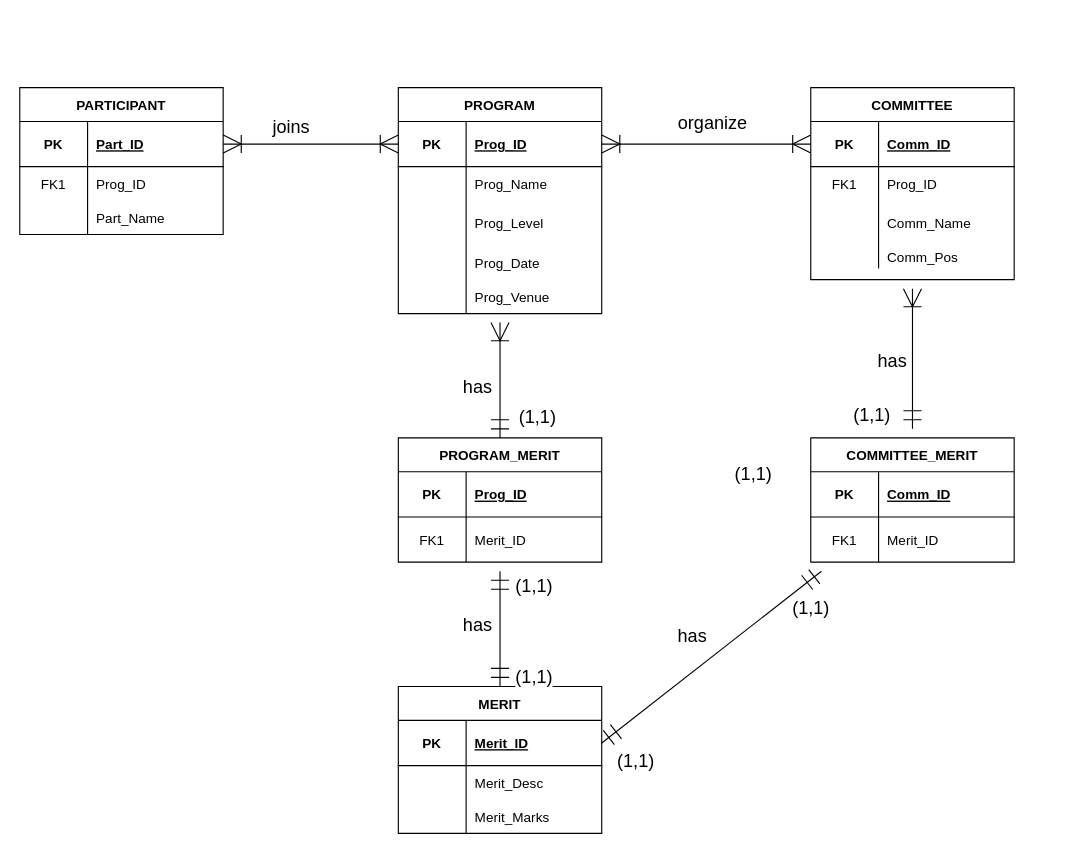
Before: Untitled Diagram.drawio in jianqi02/ERD, a draw.io diagram. Source tidied: cells renumbered, new cells numbered last; positions are measured from the earlier drawing's top-left corner, leaving out a move shared by most shapes. Both pictures are drawn from the tidied source at 113%, with x=0, y=0 at pixel (19, 87).
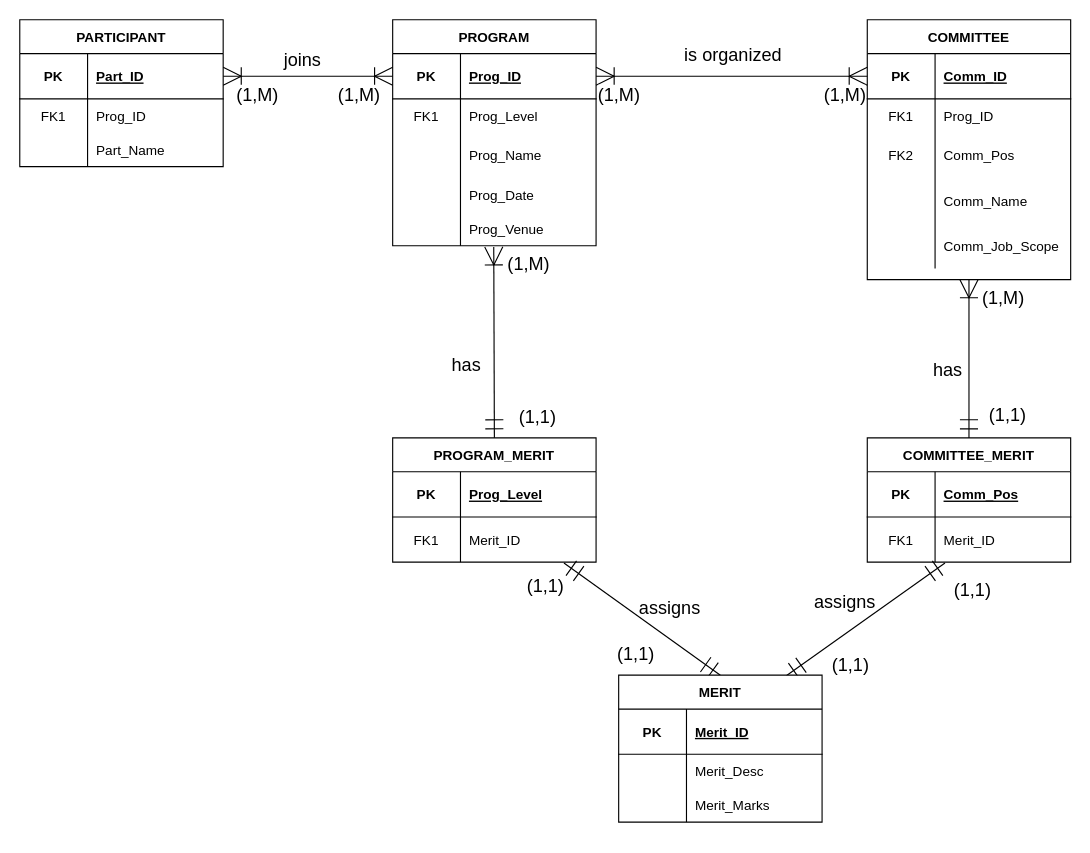
After the change.

The change refers to these unchanged cells:
```xml
<mxCell id="17" style="shape=tableRow;horizontal=0;startSize=0;swimlaneHead=0;swimlaneBody=0;fillColor=none;top=0;left=0;right=0;bottom=0;" parent="13" vertex="1">
  <mxGeometry y="70" width="180" height="30" as="geometry" />
</mxCell>
<mxCell id="20" style="shape=tableRow;horizontal=0;startSize=0;swimlaneHead=0;swimlaneBody=0;fillColor=none;top=0;left=0;right=0;bottom=0;" parent="13" vertex="1">
  <mxGeometry y="100" width="180" height="40" as="geometry" />
</mxCell>
<mxCell id="26" style="shape=tableRow;horizontal=0;startSize=0;swimlaneHead=0;swimlaneBody=0;fillColor=none;points=[[0,0.5],[1,0.5]];portConstraint=eastwest;top=0;left=0;right=0;bottom=0;" parent="13" vertex="1">
  <mxGeometry y="170" width="180" height="30" as="geometry" />
</mxCell>
<mxCell id="31" style="shape=tableRow;horizontal=0;startSize=0;swimlaneHead=0;swimlaneBody=0;fillColor=none;top=0;left=0;right=0;bottom=1;" parent="30" vertex="1">
  <mxGeometry y="30" width="180" height="40" as="geometry" />
</mxCell>
<mxCell id="34" style="shape=tableRow;horizontal=0;startSize=0;swimlaneHead=0;swimlaneBody=0;fillColor=none;points=[[0,0.5],[1,0.5]];portConstraint=eastwest;top=0;left=0;right=0;bottom=0;" parent="30" vertex="1">
  <mxGeometry y="70" width="180" height="40" as="geometry" />
</mxCell>
<mxCell id="40" style="shape=tableRow;horizontal=0;startSize=0;swimlaneHead=0;swimlaneBody=0;fillColor=none;top=0;left=0;right=0;bottom=1;" parent="39" vertex="1">
  <mxGeometry y="30" width="180" height="40" as="geometry" />
</mxCell>
<mxCell id="43" style="shape=tableRow;horizontal=0;startSize=0;swimlaneHead=0;swimlaneBody=0;fillColor=none;points=[[0,0.5],[1,0.5]];portConstraint=eastwest;top=0;left=0;right=0;bottom=0;" parent="39" vertex="1">
  <mxGeometry y="70" width="180" height="40" as="geometry" />
</mxCell>
<mxCell id="47" style="shape=tableRow;horizontal=0;startSize=0;swimlaneHead=0;swimlaneBody=0;fillColor=none;points=[[0,0.5],[1,0.5]];portConstraint=eastwest;top=0;left=0;right=0;bottom=1;" parent="46" vertex="1">
  <mxGeometry y="30" width="180" height="40" as="geometry" />
</mxCell>
<mxCell id="65" style="shape=tableRow;horizontal=0;startSize=0;swimlaneHead=0;swimlaneBody=0;fillColor=none;top=0;left=0;right=0;bottom=0;" parent="58" vertex="1">
  <mxGeometry y="100" width="180" height="40" as="geometry" />
</mxCell>
<mxCell id="72" style="edgeStyle=none;curved=1;rounded=0;jettySize=auto;html=1;exitX=1;exitY=0.5;exitDx=0;exitDy=0;entryX=0;entryY=0.5;entryDx=0;entryDy=0;fontSize=12;endArrow=ERoneToMany;startSize=14;endSize=14;sourcePerimeterSpacing=8;targetPerimeterSpacing=8;endFill=0;startArrow=ERoneToMany;startFill=0;" parent="1" edge="1" source="14" target="59">
  <mxGeometry relative="1" as="geometry" />
</mxCell>
```

What changed in the source:
```diff
@@
     <mxCell id="2" value="PARTICIPANT" style="shape=table;startSize=30;childLayout=tableLayout;rowLines=0;fontStyle=1;align=center;" parent="1" vertex="1">
-      <mxGeometry width="180" height="130" as="geometry" />
+      <mxGeometry y="-60" width="180" height="130" as="geometry" />
     </mxCell>
@@
-    <mxCell id="12" style="edgeStyle=none;curved=1;rounded=0;jettySize=auto;html=1;entryX=0.5;entryY=0;entryDx=0;entryDy=0;fontSize=12;startArrow=ERoneToMany;startFill=0;endArrow=ERmandOne;endFill=0;startSize=14;endSize=14;sourcePerimeterSpacing=8;targetPerimeterSpacing=8;" parent="1" edge="1" source="13" target="30">
+    <mxCell id="12" style="edgeStyle=none;curved=1;rounded=0;jettySize=auto;html=1;entryX=0.5;entryY=0;entryDx=0;entryDy=0;fontSize=12;startArrow=ERoneToMany;startFill=0;endArrow=ERmandOne;endFill=0;startSize=14;endSize=14;sourcePerimeterSpacing=8;targetPerimeterSpacing=8;exitX=0.497;exitY=1.033;exitDx=0;exitDy=0;exitPerimeter=0;" parent="1" edge="1" source="26" target="30">
       <mxGeometry relative="1" as="geometry" />
     </mxCell>
     <mxCell id="13" value="PROGRAM" style="shape=table;startSize=30;childLayout=tableLayout;rowLines=0;fontStyle=1;align=center;" parent="1" vertex="1">
-      <mxGeometry x="335" width="180" height="200" as="geometry" />
+      <mxGeometry x="330" y="-60" width="180" height="200" as="geometry" />
     </mxCell>
@@
-    <mxCell id="18" style="shape=partialRectangle;fillColor=none;top=0;left=0;bottom=0;right=0;overflow=hidden;" parent="17" vertex="1">
+    <mxCell id="18" value="FK1" style="shape=partialRectangle;fillColor=none;top=0;left=0;bottom=0;right=0;overflow=hidden;" parent="17" vertex="1">
       <mxGeometry width="60" height="30" as="geometry" />
     </mxCell>
-    <mxCell id="19" value="Prog_Name" style="shape=partialRectangle;fillColor=none;top=0;left=0;bottom=0;right=0;align=left;spacingLeft=6;overflow=hidden;" parent="17" vertex="1">
+    <mxCell id="19" value="Prog_Level" style="shape=partialRectangle;fillColor=none;top=0;left=0;bottom=0;right=0;align=left;spacingLeft=6;overflow=hidden;" parent="17" vertex="1">
       <mxGeometry x="60" width="120" height="30" as="geometry" />
     </mxCell>
@@
-    <mxCell id="22" value="Prog_Level" style="shape=partialRectangle;fillColor=none;top=0;left=0;bottom=0;right=0;align=left;spacingLeft=6;overflow=hidden;" parent="20" vertex="1">
+    <mxCell id="22" value="Prog_Name" style="shape=partialRectangle;fillColor=none;top=0;left=0;bottom=0;right=0;align=left;spacingLeft=6;overflow=hidden;" parent="20" vertex="1">
       <mxGeometry x="60" width="120" height="40" as="geometry" />
     </mxCell>
@@
-    <mxCell id="29" style="edgeStyle=none;curved=1;rounded=0;jettySize=auto;html=1;entryX=0.5;entryY=0;entryDx=0;entryDy=0;fontSize=12;startArrow=ERmandOne;startFill=0;endArrow=ERmandOne;endFill=0;startSize=14;endSize=14;sourcePerimeterSpacing=8;targetPerimeterSpacing=8;" parent="1" edge="1" source="30" target="46">
+    <mxCell id="29" style="edgeStyle=none;curved=1;rounded=0;jettySize=auto;html=1;entryX=0.5;entryY=0;entryDx=0;entryDy=0;fontSize=12;startArrow=ERmandOne;startFill=0;endArrow=ERmandOne;endFill=0;startSize=14;endSize=14;sourcePerimeterSpacing=8;targetPerimeterSpacing=8;exitX=0.842;exitY=1.018;exitDx=0;exitDy=0;exitPerimeter=0;" parent="1" edge="1" source="34" target="46">
       <mxGeometry relative="1" as="geometry" />
     </mxCell>
     <mxCell id="30" value="PROGRAM_MERIT" style="shape=table;startSize=30;childLayout=tableLayout;rowLines=0;fontStyle=1;align=center;" parent="1" vertex="1">
-      <mxGeometry x="335" y="310" width="180" height="110" as="geometry" />
+      <mxGeometry x="330" y="310" width="180" height="110" as="geometry" />
     </mxCell>
@@
-    <mxCell id="33" value="Prog_ID" style="shape=partialRectangle;fillColor=none;top=0;left=0;bottom=0;right=0;align=left;spacingLeft=6;fontStyle=5;overflow=hidden;" parent="31" vertex="1">
+    <mxCell id="33" value="Prog_Level" style="shape=partialRectangle;fillColor=none;top=0;left=0;bottom=0;right=0;align=left;spacingLeft=6;fontStyle=5;overflow=hidden;" parent="31" vertex="1">
       <mxGeometry x="60" width="120" height="40" as="geometry" />
     </mxCell>
@@
-    <mxCell id="37" style="edgeStyle=none;curved=1;rounded=0;jettySize=auto;html=1;entryX=1;entryY=0.5;entryDx=0;entryDy=0;fontSize=12;startArrow=ERmandOne;startFill=0;endArrow=ERmandOne;endFill=0;startSize=14;endSize=14;sourcePerimeterSpacing=8;targetPerimeterSpacing=8;" parent="1" edge="1" source="39" target="47">
+    <mxCell id="37" style="edgeStyle=none;curved=1;rounded=0;jettySize=auto;html=1;entryX=0.824;entryY=0.004;entryDx=0;entryDy=0;fontSize=12;startArrow=ERmandOne;startFill=0;endArrow=ERmandOne;endFill=0;startSize=14;endSize=14;sourcePerimeterSpacing=8;targetPerimeterSpacing=8;entryPerimeter=0;exitX=0.382;exitY=1.018;exitDx=0;exitDy=0;exitPerimeter=0;" parent="1" edge="1" source="43" target="46">
       <mxGeometry relative="1" as="geometry" />
     </mxCell>
     <mxCell id="38" value="(1,1)" style="edgeLabel;html=1;align=center;verticalAlign=middle;fontSize=16;" parent="37" vertex="1">
       <mxGeometry x="-0.48" y="-2" relative="1" as="geometry">
-        <mxPoint x="42" y="-6" as="offset" />
+        <mxPoint x="62" y="-2" as="offset" />
       </mxGeometry>
     </mxCell>
     <mxCell id="39" value="COMMITTEE_MERIT" style="shape=table;startSize=30;childLayout=tableLayout;rowLines=0;fontStyle=1;align=center;" parent="1" vertex="1">
-      <mxGeometry x="700" y="310" width="180" height="110" as="geometry" />
+      <mxGeometry x="750" y="310" width="180" height="110" as="geometry" />
     </mxCell>
@@
-    <mxCell id="42" value="Comm_ID" style="shape=partialRectangle;fillColor=none;top=0;left=0;bottom=0;right=0;align=left;spacingLeft=6;fontStyle=5;overflow=hidden;" parent="40" vertex="1">
+    <mxCell id="42" value="Comm_Pos" style="shape=partialRectangle;fillColor=none;top=0;left=0;bottom=0;right=0;align=left;spacingLeft=6;fontStyle=5;overflow=hidden;" parent="40" vertex="1">
       <mxGeometry x="60" width="120" height="40" as="geometry" />
     </mxCell>
@@
     <mxCell id="46" value="MERIT" style="shape=table;startSize=30;childLayout=tableLayout;rowLines=0;fontStyle=1;align=center;" parent="1" vertex="1">
-      <mxGeometry x="335" y="530" width="180" height="130" as="geometry" />
+      <mxGeometry x="530" y="520" width="180" height="130" as="geometry" />
     </mxCell>
@@
-    <mxCell id="56" style="edgeStyle=none;curved=1;rounded=0;jettySize=auto;html=1;fontSize=12;endArrow=ERmandOne;startSize=14;endSize=14;sourcePerimeterSpacing=8;targetPerimeterSpacing=8;endFill=0;startArrow=ERoneToMany;startFill=0;" parent="1" edge="1" source="58" target="39">
-      <mxGeometry relative="1" as="geometry" />
+    <mxCell id="56" style="edgeStyle=none;curved=1;rounded=0;jettySize=auto;html=1;fontSize=12;endArrow=ERmandOne;startSize=14;endSize=14;sourcePerimeterSpacing=8;targetPerimeterSpacing=8;endFill=0;startArrow=ERoneToMany;startFill=0;entryX=0.5;entryY=0;entryDx=0;entryDy=0;" parent="1" edge="1" target="39">
+      <mxGeometry relative="1" as="geometry">
+        <mxPoint x="840" y="170" as="sourcePoint" />
+      </mxGeometry>
     </mxCell>
     <mxCell id="57" value="has" style="edgeLabel;html=1;align=center;verticalAlign=middle;fontSize=16;" parent="56" vertex="1">
       <mxGeometry x="0.16" y="-3" relative="1" as="geometry">
-        <mxPoint x="-16" y="-9" as="offset" />
+        <mxPoint x="-17" y="-2" as="offset" />
       </mxGeometry>
     </mxCell>
     <mxCell id="58" value="COMMITTEE" style="shape=table;startSize=30;childLayout=tableLayout;rowLines=0;fontStyle=1;align=center;" parent="1" vertex="1">
-      <mxGeometry x="700" width="180" height="170" as="geometry" />
+      <mxGeometry x="750" y="-60" width="180" height="230" as="geometry" />
     </mxCell>
@@
-    <mxCell id="66" style="shape=partialRectangle;fillColor=none;top=0;left=0;bottom=0;right=0;overflow=hidden;" parent="65" vertex="1">
+    <mxCell id="66" value="FK2" style="shape=partialRectangle;fillColor=none;top=0;left=0;bottom=0;right=0;overflow=hidden;" parent="65" vertex="1">
       <mxGeometry width="60" height="40" as="geometry" />
     </mxCell>
-    <mxCell id="67" value="Comm_Name" style="shape=partialRectangle;fillColor=none;top=0;left=0;bottom=0;right=0;align=left;spacingLeft=6;overflow=hidden;" parent="65" vertex="1">
+    <mxCell id="67" value="Comm_Pos" style="shape=partialRectangle;fillColor=none;top=0;left=0;bottom=0;right=0;align=left;spacingLeft=6;overflow=hidden;" parent="65" vertex="1">
       <mxGeometry x="60" width="120" height="40" as="geometry" />
     </mxCell>
-    <mxCell id="68" style="shape=tableRow;horizontal=0;startSize=0;swimlaneHead=0;swimlaneBody=0;fillColor=none;top=0;left=0;right=0;bottom=0;" parent="58" vertex="1">
-      <mxGeometry y="140" width="180" height="20" as="geometry" />
-    </mxCell>
-    <mxCell id="69" style="shape=partialRectangle;fillColor=none;top=0;left=0;bottom=0;right=0;overflow=hidden;" parent="68" vertex="1">
-      <mxGeometry width="60" height="20" as="geometry" />
-    </mxCell>
-    <mxCell id="70" value="Comm_Pos" style="shape=partialRectangle;fillColor=none;top=0;left=0;bottom=0;right=0;align=left;spacingLeft=6;overflow=hidden;" parent="68" vertex="1">
-      <mxGeometry x="60" width="120" height="20" as="geometry" />
-    </mxCell>
+    <mxCell id="84" style="shape=tableRow;horizontal=0;startSize=0;swimlaneHead=0;swimlaneBody=0;fillColor=none;top=0;left=0;right=0;bottom=0;" parent="58" vertex="1">
+      <mxGeometry y="140" width="180" height="40" as="geometry" />
+    </mxCell>
+    <mxCell id="85" style="shape=partialRectangle;fillColor=none;top=0;left=0;bottom=0;right=0;overflow=hidden;" parent="84" vertex="1">
+      <mxGeometry width="60" height="40" as="geometry" />
+    </mxCell>
+    <mxCell id="86" value="Comm_Name" style="shape=partialRectangle;fillColor=none;top=0;left=0;bottom=0;right=0;align=left;spacingLeft=6;overflow=hidden;" parent="84" vertex="1">
+      <mxGeometry x="60" width="120" height="40" as="geometry" />
+    </mxCell>
+    <mxCell id="87" style="shape=tableRow;horizontal=0;startSize=0;swimlaneHead=0;swimlaneBody=0;fillColor=none;top=0;left=0;right=0;bottom=0;" parent="58" vertex="1">
+      <mxGeometry y="180" width="180" height="40" as="geometry" />
+    </mxCell>
+    <mxCell id="88" style="shape=partialRectangle;fillColor=none;top=0;left=0;bottom=0;right=0;overflow=hidden;" parent="87" vertex="1">
+      <mxGeometry width="60" height="40" as="geometry" />
+    </mxCell>
+    <mxCell id="89" value="Comm_Job_Scope" style="shape=partialRectangle;fillColor=none;top=0;left=0;bottom=0;right=0;align=left;spacingLeft=6;overflow=hidden;" parent="87" vertex="1">
+      <mxGeometry x="60" width="120" height="40" as="geometry" />
+    </mxCell>
@@
-    <mxCell id="73" value="organize" style="edgeLabel;html=1;align=center;verticalAlign=middle;fontSize=16;" parent="72" vertex="1">
+    <mxCell id="73" value="is organized" style="edgeLabel;html=1;align=center;verticalAlign=middle;fontSize=16;" parent="72" vertex="1">
       <mxGeometry x="-0.15" y="-2" relative="1" as="geometry">
         <mxPoint x="18" y="-22" as="offset" />
       </mxGeometry>
     </mxCell>
     <mxCell id="74" value="joins" style="text;html=1;align=center;verticalAlign=middle;strokeColor=none;fillColor=none;fontSize=16;" parent="1" vertex="1">
-      <mxGeometry x="210" y="20" width="60" height="30" as="geometry" />
+      <mxGeometry x="220" y="-40" width="60" height="30" as="geometry" />
     </mxCell>
-    <mxCell id="75" value="has" style="text;html=1;align=center;verticalAlign=middle;strokeColor=none;fillColor=none;fontSize=16;" parent="1" vertex="1">
-      <mxGeometry x="570" y="470" width="50" height="30" as="geometry" />
+    <mxCell id="75" value="assigns" style="text;html=1;align=center;verticalAlign=middle;strokeColor=none;fillColor=none;fontSize=16;" parent="1" vertex="1">
+      <mxGeometry x="535" y="445" width="80" height="30" as="geometry" />
     </mxCell>
-    <mxCell id="76" value="has" style="text;html=1;align=center;verticalAlign=middle;strokeColor=none;fillColor=none;fontSize=16;" parent="1" vertex="1">
-      <mxGeometry x="380" y="460" width="50" height="30" as="geometry" />
+    <mxCell id="76" value="assigns" style="text;html=1;align=center;verticalAlign=middle;strokeColor=none;fillColor=none;fontSize=16;" parent="1" vertex="1">
+      <mxGeometry x="690" y="440" width="80" height="30" as="geometry" />
     </mxCell>
     <mxCell id="77" value="has" style="text;html=1;align=center;verticalAlign=middle;strokeColor=none;fillColor=none;fontSize=16;" parent="1" vertex="1">
-      <mxGeometry x="380" y="250" width="50" height="30" as="geometry" />
+      <mxGeometry x="370" y="230" width="50" height="30" as="geometry" />
     </mxCell>
     <mxCell id="78" value="(1,1)" style="edgeLabel;html=1;align=center;verticalAlign=middle;fontSize=16;" parent="1" vertex="1">
-      <mxGeometry x="730" y="475" as="geometry">
+      <mxGeometry x="920" y="390" as="geometry">
         <mxPoint x="-186" y="120" as="offset" />
       </mxGeometry>
     </mxCell>
     <mxCell id="79" value="(1,1)" style="edgeLabel;html=1;align=center;verticalAlign=middle;fontSize=16;" parent="1" vertex="1">
-      <mxGeometry x="710" y="485" as="geometry">
+      <mxGeometry x="830" y="485" as="geometry">
         <mxPoint x="43" y="-196" as="offset" />
       </mxGeometry>
     </mxCell>
@@
-    <mxCell id="81" value="(1,1)" style="edgeLabel;html=1;align=center;verticalAlign=middle;fontSize=16;" parent="1" vertex="1">
-      <mxGeometry x="739.8" y="499.8" as="geometry">
-        <mxPoint x="-91" y="-158" as="offset" />
-      </mxGeometry>
-    </mxCell>
     <mxCell id="82" value="(1,1)" style="edgeLabel;html=1;align=center;verticalAlign=middle;fontSize=16;" parent="1" vertex="1">
-      <mxGeometry x="640" y="320" as="geometry">
+      <mxGeometry x="650" y="320" as="geometry">
         <mxPoint x="-186" y="120" as="offset" />
       </mxGeometry>
     </mxCell>
     <mxCell id="83" value="(1,1)" style="edgeLabel;html=1;align=center;verticalAlign=middle;fontSize=16;" parent="1" vertex="1">
-      <mxGeometry x="640" y="400" as="geometry">
+      <mxGeometry x="730" y="380" as="geometry">
         <mxPoint x="-186" y="120" as="offset" />
       </mxGeometry>
     </mxCell>
+    <mxCell id="90" value="&lt;span style=&quot;color: rgb(0, 0, 0); font-family: Helvetica; font-size: 16px; font-style: normal; font-variant-ligatures: normal; font-variant-caps: normal; font-weight: 400; letter-spacing: normal; orphans: 2; text-align: center; text-indent: 0px; text-transform: none; widows: 2; word-spacing: 0px; -webkit-text-stroke-width: 0px; background-color: rgb(255, 255, 255); text-decoration-thickness: initial; text-decoration-style: initial; text-decoration-color: initial; float: none; display: inline !important;&quot;&gt;(1,M)&lt;/span&gt;" style="text;whiteSpace=wrap;html=1;fontSize=16;" parent="1" vertex="1">
+      <mxGeometry x="850" y="170" width="70" height="40" as="geometry" />
+    </mxCell>
+    <mxCell id="91" value="&lt;span style=&quot;color: rgb(0, 0, 0); font-family: Helvetica; font-size: 16px; font-style: normal; font-variant-ligatures: normal; font-variant-caps: normal; font-weight: 400; letter-spacing: normal; orphans: 2; text-align: center; text-indent: 0px; text-transform: none; widows: 2; word-spacing: 0px; -webkit-text-stroke-width: 0px; background-color: rgb(255, 255, 255); text-decoration-thickness: initial; text-decoration-style: initial; text-decoration-color: initial; float: none; display: inline !important;&quot;&gt;(1,M)&lt;/span&gt;" style="text;whiteSpace=wrap;html=1;fontSize=16;" parent="1" vertex="1">
+      <mxGeometry x="430" y="140" width="70" height="40" as="geometry" />
+    </mxCell>
+    <mxCell id="92" value="&lt;span style=&quot;color: rgb(0, 0, 0); font-family: Helvetica; font-size: 16px; font-style: normal; font-variant-ligatures: normal; font-variant-caps: normal; font-weight: 400; letter-spacing: normal; orphans: 2; text-align: center; text-indent: 0px; text-transform: none; widows: 2; word-spacing: 0px; -webkit-text-stroke-width: 0px; background-color: rgb(255, 255, 255); text-decoration-thickness: initial; text-decoration-style: initial; text-decoration-color: initial; float: none; display: inline !important;&quot;&gt;(1,M)&lt;/span&gt;" style="text;whiteSpace=wrap;html=1;fontSize=16;" parent="1" vertex="1">
+      <mxGeometry x="510" y="-10" width="70" height="40" as="geometry" />
+    </mxCell>
+    <mxCell id="93" value="&lt;span style=&quot;color: rgb(0, 0, 0); font-family: Helvetica; font-size: 16px; font-style: normal; font-variant-ligatures: normal; font-variant-caps: normal; font-weight: 400; letter-spacing: normal; orphans: 2; text-align: center; text-indent: 0px; text-transform: none; widows: 2; word-spacing: 0px; -webkit-text-stroke-width: 0px; background-color: rgb(255, 255, 255); text-decoration-thickness: initial; text-decoration-style: initial; text-decoration-color: initial; float: none; display: inline !important;&quot;&gt;(1,M)&lt;/span&gt;" style="text;whiteSpace=wrap;html=1;fontSize=16;" parent="1" vertex="1">
+      <mxGeometry x="710" y="-10" width="70" height="40" as="geometry" />
+    </mxCell>
+    <mxCell id="94" value="&lt;span style=&quot;color: rgb(0, 0, 0); font-family: Helvetica; font-size: 16px; font-style: normal; font-variant-ligatures: normal; font-variant-caps: normal; font-weight: 400; letter-spacing: normal; orphans: 2; text-align: center; text-indent: 0px; text-transform: none; widows: 2; word-spacing: 0px; -webkit-text-stroke-width: 0px; background-color: rgb(255, 255, 255); text-decoration-thickness: initial; text-decoration-style: initial; text-decoration-color: initial; float: none; display: inline !important;&quot;&gt;(1,M)&lt;/span&gt;" style="text;whiteSpace=wrap;html=1;fontSize=16;" parent="1" vertex="1">
+      <mxGeometry x="190" y="-10" width="70" height="40" as="geometry" />
+    </mxCell>
+    <mxCell id="95" value="&lt;span style=&quot;color: rgb(0, 0, 0); font-family: Helvetica; font-size: 16px; font-style: normal; font-variant-ligatures: normal; font-variant-caps: normal; font-weight: 400; letter-spacing: normal; orphans: 2; text-align: center; text-indent: 0px; text-transform: none; widows: 2; word-spacing: 0px; -webkit-text-stroke-width: 0px; background-color: rgb(255, 255, 255); text-decoration-thickness: initial; text-decoration-style: initial; text-decoration-color: initial; float: none; display: inline !important;&quot;&gt;(1,M)&lt;/span&gt;" style="text;whiteSpace=wrap;html=1;fontSize=16;" parent="1" vertex="1">
+      <mxGeometry x="280" y="-10" width="70" height="40" as="geometry" />
+    </mxCell>
```
